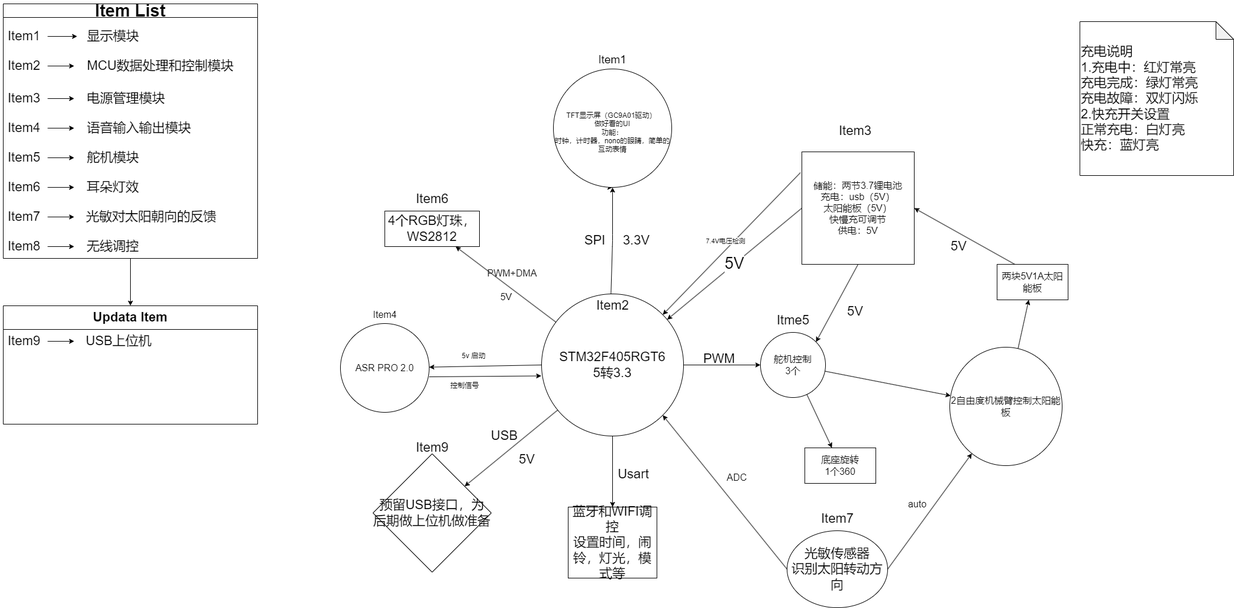
xiaowang-rob/Study_Log keeps this draw.io diagram as embedded study/Nono.drawio.png. Above is the earlier version. Source tidied: cells renumbered, new cells last; positions are measured from the earlier drawing's top-left corner, leaving out a move shared by most shapes.
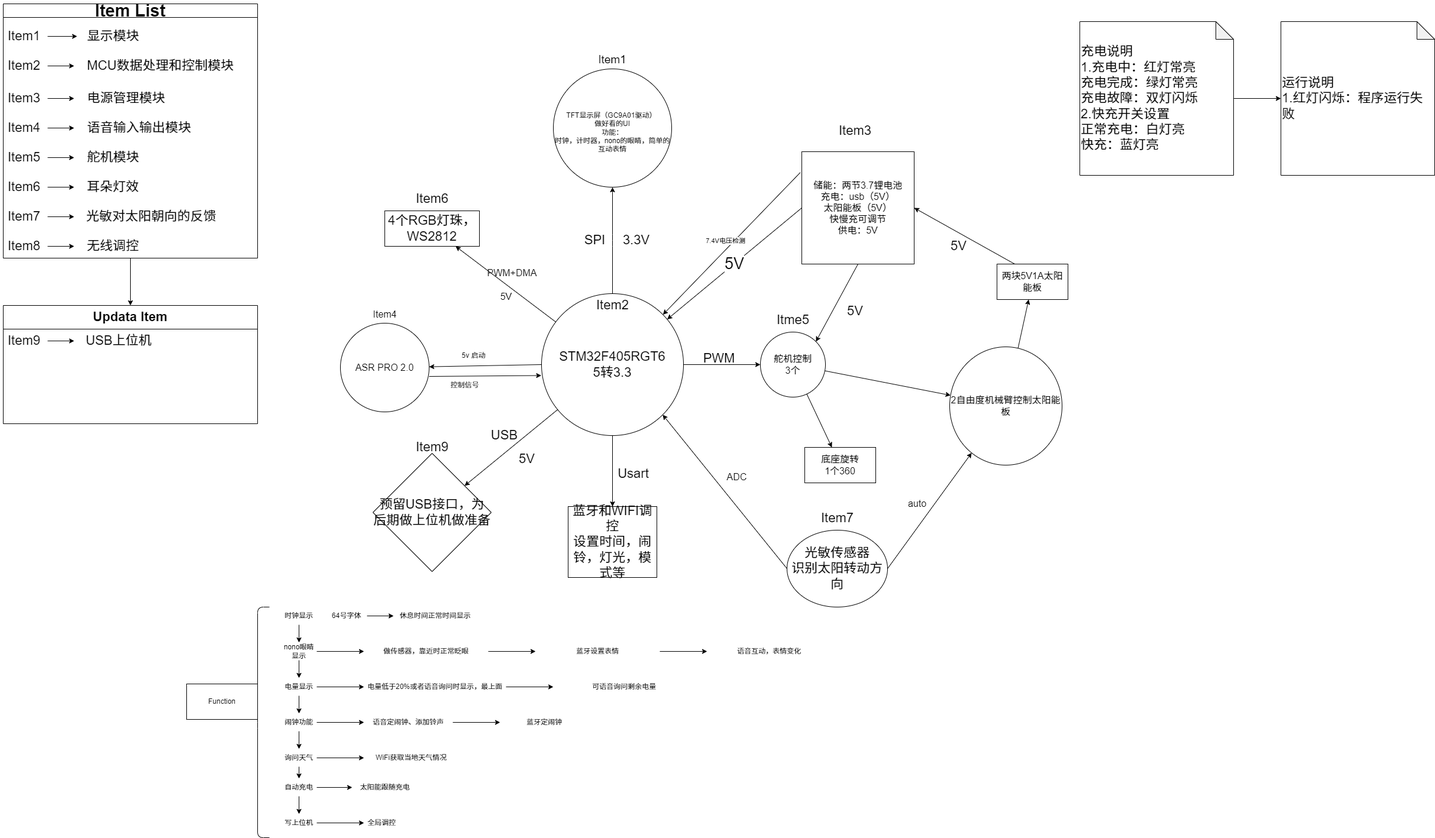
The same diagram one commit later.

Diff of the diagram source:
```diff
@@ -257,6 +257,9 @@
     <mxCell id="78" value="Item9" style="text;html=1;align=center;verticalAlign=middle;strokeColor=none;fillColor=none;fontSize=22;" parent="1" vertex="1">
       <mxGeometry x="690" y="730" width="80" height="40" as="geometry" />
     </mxCell>
+    <mxCell id="85" style="edgeStyle=none;html=1;" parent="1" edge="1" source="79" target="124">
+      <mxGeometry relative="1" as="geometry" />
+    </mxCell>
     <mxCell id="79" value="充电说明&lt;br&gt;1.充电中：红灯常亮&lt;br&gt;充电完成：绿灯常亮&lt;br&gt;充电故障：双灯闪烁&lt;br&gt;2.快充开关设置&lt;br&gt;正常充电：白灯亮&lt;br&gt;快充：蓝灯亮" style="shape=note;whiteSpace=wrap;html=1;backgroundOutline=1;darkOpacity=0.05;fontSize=22;align=left;" parent="1" vertex="1">
       <mxGeometry x="1825" y="30" width="260" height="260" as="geometry" />
     </mxCell>
@@ -277,5 +280,122 @@
         <mxPoint x="-11" y="-5" as="offset" />
       </mxGeometry>
     </mxCell>
+    <mxCell id="86" value="Function" style="rounded=0;whiteSpace=wrap;html=1;" parent="1" vertex="1">
+      <mxGeometry x="315" y="1150" width="120" height="60" as="geometry" />
+    </mxCell>
+    <mxCell id="87" style="shape=curlyBracket;whiteSpace=wrap;html=1;rounded=1;labelPosition=left;verticalLabelPosition=middle;align=right;verticalAlign=middle;size=0;" parent="1" vertex="1">
+      <mxGeometry x="435" y="1020" width="20" height="390" as="geometry" />
+    </mxCell>
+    <mxCell id="88" style="edgeStyle=none;html=1;" parent="1" edge="1" source="89" target="95">
+      <mxGeometry relative="1" as="geometry" />
+    </mxCell>
+    <mxCell id="89" value="时钟显示" style="text;html=1;strokeColor=none;fillColor=none;align=center;verticalAlign=middle;whiteSpace=wrap;rounded=0;" parent="1" vertex="1">
+      <mxGeometry x="475" y="1020" width="60" height="30" as="geometry" />
+    </mxCell>
+    <mxCell id="90" style="edgeStyle=none;html=1;" parent="1" edge="1" source="91" target="92">
+      <mxGeometry relative="1" as="geometry" />
+    </mxCell>
+    <mxCell id="91" value="64号字体" style="text;html=1;align=center;verticalAlign=middle;points=[];strokeColor=none;fillColor=none;" parent="1" vertex="1">
+      <mxGeometry x="550" y="1020" width="70" height="30" as="geometry" />
+    </mxCell>
+    <mxCell id="92" value="休息时间正常时间显示" style="text;html=1;align=center;verticalAlign=middle;points=[];strokeColor=none;fillColor=none;" parent="1" vertex="1">
+      <mxGeometry x="665" y="1020" width="140" height="30" as="geometry" />
+    </mxCell>
+    <mxCell id="93" style="edgeStyle=none;html=1;" parent="1" edge="1" source="95" target="97">
+      <mxGeometry relative="1" as="geometry" />
+    </mxCell>
+    <mxCell id="94" style="edgeStyle=none;html=1;" parent="1" edge="1" source="95" target="100">
+      <mxGeometry relative="1" as="geometry" />
+    </mxCell>
+    <mxCell id="95" value="nono眼睛显示" style="text;html=1;strokeColor=none;fillColor=none;align=center;verticalAlign=middle;whiteSpace=wrap;rounded=0;" parent="1" vertex="1">
+      <mxGeometry x="475" y="1080" width="60" height="30" as="geometry" />
+    </mxCell>
+    <mxCell id="96" style="edgeStyle=none;html=1;" parent="1" edge="1" source="97" target="111">
+      <mxGeometry relative="1" as="geometry" />
+    </mxCell>
+    <mxCell id="97" value="做传感器，靠近时正常眨眼" style="text;html=1;strokeColor=none;fillColor=none;align=center;verticalAlign=middle;whiteSpace=wrap;rounded=0;" parent="1" vertex="1">
+      <mxGeometry x="615" y="1080" width="210" height="30" as="geometry" />
+    </mxCell>
+    <mxCell id="98" style="edgeStyle=none;html=1;" parent="1" edge="1" source="100" target="102">
+      <mxGeometry relative="1" as="geometry" />
+    </mxCell>
+    <mxCell id="99" style="edgeStyle=none;html=1;" parent="1" edge="1" source="100" target="105">
+      <mxGeometry relative="1" as="geometry" />
+    </mxCell>
+    <mxCell id="100" value="电量显示" style="text;html=1;strokeColor=none;fillColor=none;align=center;verticalAlign=middle;whiteSpace=wrap;rounded=0;" parent="1" vertex="1">
+      <mxGeometry x="475" y="1140" width="60" height="30" as="geometry" />
+    </mxCell>
+    <mxCell id="101" style="edgeStyle=none;html=1;" parent="1" edge="1" source="102" target="108">
+      <mxGeometry relative="1" as="geometry" />
+    </mxCell>
+    <mxCell id="102" value="电量低于20%或者语音询问时显示，最上面" style="text;html=1;strokeColor=none;fillColor=none;align=center;verticalAlign=middle;whiteSpace=wrap;rounded=0;" parent="1" vertex="1">
+      <mxGeometry x="615" y="1140" width="240" height="30" as="geometry" />
+    </mxCell>
+    <mxCell id="103" style="edgeStyle=none;html=1;" parent="1" edge="1" source="105" target="107">
+      <mxGeometry relative="1" as="geometry" />
+    </mxCell>
+    <mxCell id="104" style="edgeStyle=none;html=1;" parent="1" edge="1" source="105" target="115">
+      <mxGeometry relative="1" as="geometry" />
+    </mxCell>
+    <mxCell id="105" value="闹钟功能" style="text;html=1;strokeColor=none;fillColor=none;align=center;verticalAlign=middle;whiteSpace=wrap;rounded=0;" parent="1" vertex="1">
+      <mxGeometry x="475" y="1200" width="60" height="30" as="geometry" />
+    </mxCell>
+    <mxCell id="106" style="edgeStyle=none;html=1;" parent="1" edge="1" source="107" target="109">
+      <mxGeometry relative="1" as="geometry" />
+    </mxCell>
+    <mxCell id="107" value="语音定闹钟、添加铃声" style="text;html=1;strokeColor=none;fillColor=none;align=center;verticalAlign=middle;whiteSpace=wrap;rounded=0;" parent="1" vertex="1">
+      <mxGeometry x="615" y="1200" width="150" height="30" as="geometry" />
+    </mxCell>
+    <mxCell id="108" value="可语音询问剩余电量" style="text;html=1;strokeColor=none;fillColor=none;align=center;verticalAlign=middle;whiteSpace=wrap;rounded=0;" parent="1" vertex="1">
+      <mxGeometry x="935" y="1140" width="240" height="30" as="geometry" />
+    </mxCell>
+    <mxCell id="109" value="蓝牙定闹钟" style="text;html=1;strokeColor=none;fillColor=none;align=center;verticalAlign=middle;whiteSpace=wrap;rounded=0;" parent="1" vertex="1">
+      <mxGeometry x="845" y="1200" width="150" height="30" as="geometry" />
+    </mxCell>
+    <mxCell id="110" style="edgeStyle=none;html=1;" parent="1" edge="1" source="111" target="112">
+      <mxGeometry relative="1" as="geometry" />
+    </mxCell>
+    <mxCell id="111" value="蓝牙设置表情" style="text;html=1;strokeColor=none;fillColor=none;align=center;verticalAlign=middle;whiteSpace=wrap;rounded=0;" parent="1" vertex="1">
+      <mxGeometry x="905" y="1080" width="210" height="30" as="geometry" />
+    </mxCell>
+    <mxCell id="112" value="语音互动，表情变化" style="text;html=1;strokeColor=none;fillColor=none;align=center;verticalAlign=middle;whiteSpace=wrap;rounded=0;" parent="1" vertex="1">
+      <mxGeometry x="1195" y="1080" width="210" height="30" as="geometry" />
+    </mxCell>
+    <mxCell id="113" style="edgeStyle=none;html=1;" parent="1" edge="1" source="115" target="116">
+      <mxGeometry relative="1" as="geometry" />
+    </mxCell>
+    <mxCell id="114" style="edgeStyle=none;html=1;" parent="1" edge="1" source="115" target="119">
+      <mxGeometry relative="1" as="geometry" />
+    </mxCell>
+    <mxCell id="115" value="询问天气" style="text;html=1;strokeColor=none;fillColor=none;align=center;verticalAlign=middle;whiteSpace=wrap;rounded=0;" parent="1" vertex="1">
+      <mxGeometry x="475" y="1260" width="60" height="30" as="geometry" />
+    </mxCell>
+    <mxCell id="116" value="WiFi获取当地天气情况" style="text;html=1;strokeColor=none;fillColor=none;align=center;verticalAlign=middle;whiteSpace=wrap;rounded=0;" parent="1" vertex="1">
+      <mxGeometry x="615" y="1260" width="160" height="30" as="geometry" />
+    </mxCell>
+    <mxCell id="117" style="edgeStyle=none;html=1;" parent="1" edge="1" source="119" target="120">
+      <mxGeometry relative="1" as="geometry" />
+    </mxCell>
+    <mxCell id="118" style="edgeStyle=none;html=1;" parent="1" edge="1" source="119" target="122">
+      <mxGeometry relative="1" as="geometry" />
+    </mxCell>
+    <mxCell id="119" value="自动充电" style="text;html=1;strokeColor=none;fillColor=none;align=center;verticalAlign=middle;whiteSpace=wrap;rounded=0;" parent="1" vertex="1">
+      <mxGeometry x="475" y="1310" width="60" height="30" as="geometry" />
+    </mxCell>
+    <mxCell id="120" value="太阳能跟随充电" style="text;html=1;align=center;verticalAlign=middle;points=[];strokeColor=none;fillColor=none;" parent="1" vertex="1">
+      <mxGeometry x="595" y="1310" width="110" height="30" as="geometry" />
+    </mxCell>
+    <mxCell id="121" style="edgeStyle=none;html=1;" parent="1" edge="1" source="122" target="123">
+      <mxGeometry relative="1" as="geometry" />
+    </mxCell>
+    <mxCell id="122" value="写上位机" style="text;html=1;strokeColor=none;fillColor=none;align=center;verticalAlign=middle;whiteSpace=wrap;rounded=0;" parent="1" vertex="1">
+      <mxGeometry x="475" y="1370" width="60" height="30" as="geometry" />
+    </mxCell>
+    <mxCell id="123" value="全局调控" style="text;html=1;strokeColor=none;fillColor=none;align=center;verticalAlign=middle;whiteSpace=wrap;rounded=0;" parent="1" vertex="1">
+      <mxGeometry x="615" y="1370" width="60" height="30" as="geometry" />
+    </mxCell>
+    <mxCell id="124" value="运行说明&lt;br&gt;1.红灯闪烁：程序运行失败&lt;br&gt;" style="shape=note;whiteSpace=wrap;html=1;backgroundOutline=1;darkOpacity=0.05;fontSize=22;align=left;" parent="1" vertex="1">
+      <mxGeometry x="2165" y="30" width="260" height="260" as="geometry" />
+    </mxCell>
   </root>
 </mxGraphModel>
```
